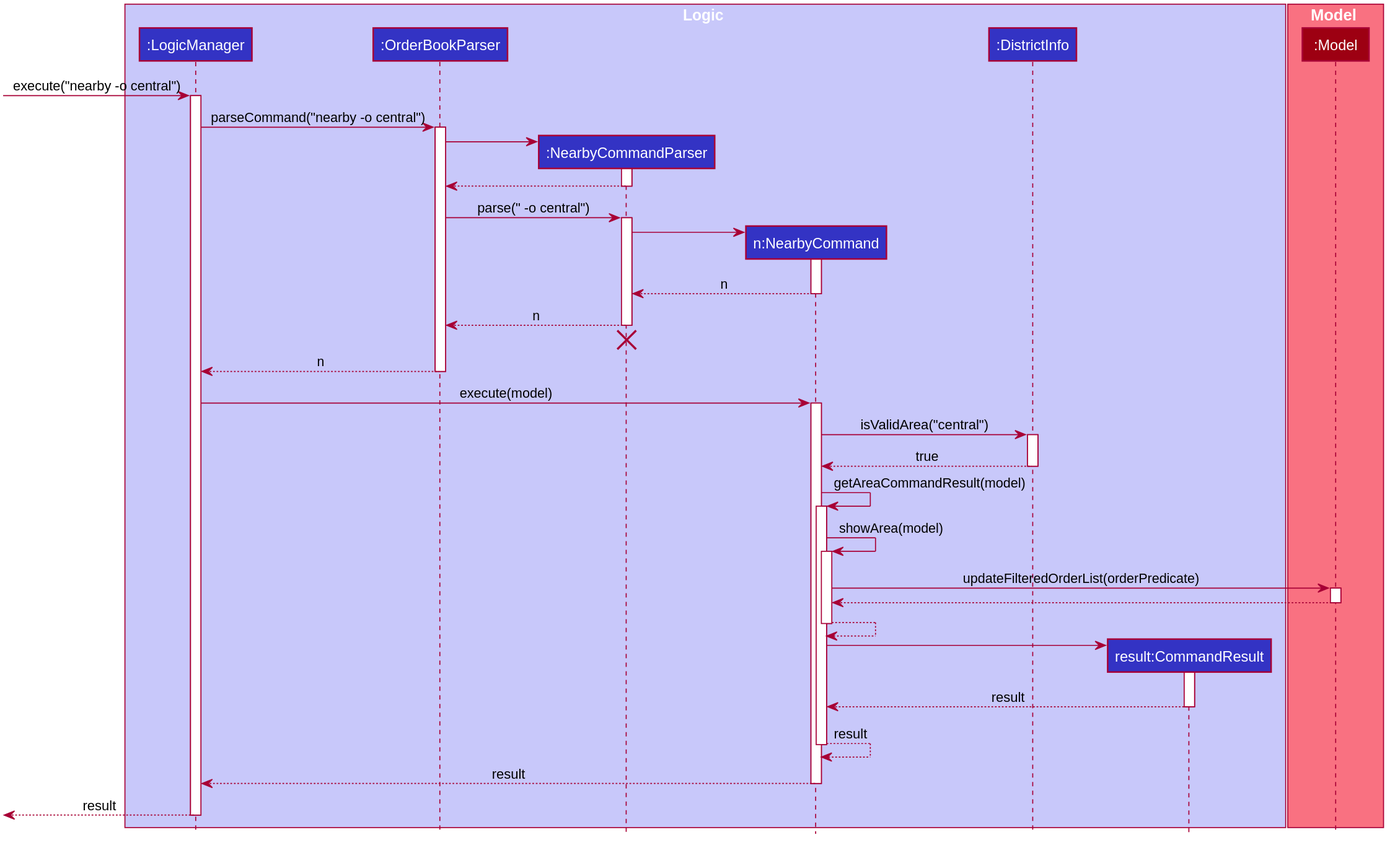
nus-cs2103-AY1920S2/addressbook-level3 keeps this PlantUML diagram as docs/images/NearbyCommandSequenceDiagram2.svg. Above is the earlier version.
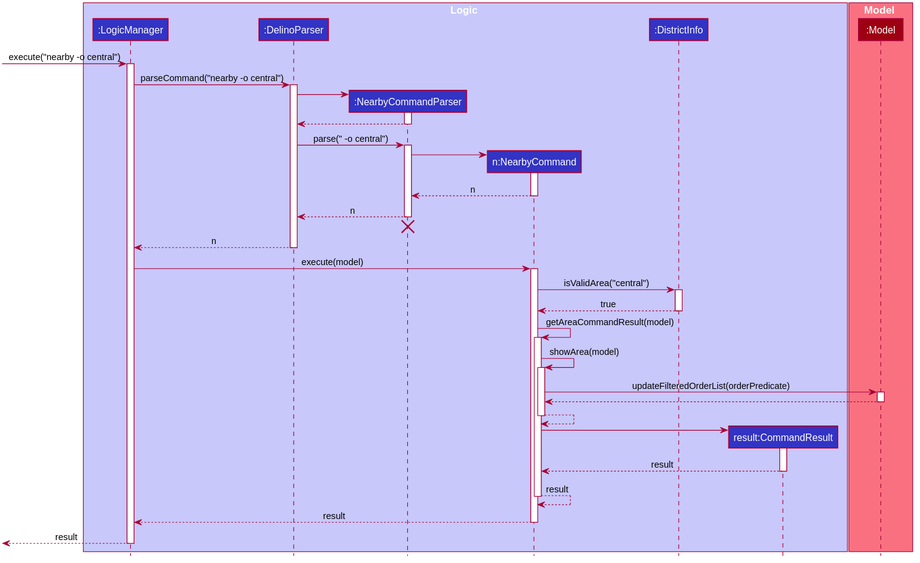
Later version of the same file.

Commit message:
Update Nearby Sequence Diagram to DelinoParser instead of OrderBookParser

What changed in the source:
```diff
@@ -1,11 +1,4 @@
 @startuml
-
-
-
-
-
-
-
 
 skinparam BackgroundColor #FFFFFFF
 
@@ -49,7 +42,7 @@
 hide circle
 box Logic #C8C8FA
 participant ":LogicManager" as LogicManager #3333C4
-participant ":OrderBookParser" as OrderBookParser #3333C4
+participant ":DelinoParser" as DelinoParser #3333C4
 participant ":NearbyCommandParser" as NearbyCommandParser #3333C4
 participant "n:NearbyCommand" as NearbyCommand #3333C4
 participant ":DistrictInfo" as DistrictInfo #3333C4
@@ -63,17 +56,17 @@
 [-> LogicManager : execute("nearby -o central")
 activate LogicManager
 
-LogicManager -> OrderBookParser : parseCommand("nearby -o central")
-activate OrderBookParser
+LogicManager -> DelinoParser : parseCommand("nearby -o central")
+activate DelinoParser
 
 create NearbyCommandParser
-OrderBookParser -> NearbyCommandParser
+DelinoParser -> NearbyCommandParser
 activate NearbyCommandParser
 
-NearbyCommandParser --> OrderBookParser
+NearbyCommandParser --> DelinoParser
 deactivate NearbyCommandParser
 
-OrderBookParser -> NearbyCommandParser : parse(" -o central")
+DelinoParser -> NearbyCommandParser : parse(" -o central")
 activate NearbyCommandParser
 
 create NearbyCommand
@@ -83,13 +76,13 @@
 NearbyCommand --> NearbyCommandParser : n
 deactivate NearbyCommand
 
-NearbyCommandParser --> OrderBookParser : n
+NearbyCommandParser --> DelinoParser : n
 deactivate NearbyCommandParser
-NearbyCommandParser -[hidden]-> OrderBookParser
+NearbyCommandParser -[hidden]-> DelinoParser
 destroy NearbyCommandParser
 
-OrderBookParser --> LogicManager : n
-deactivate OrderBookParser
+DelinoParser --> LogicManager : n
+deactivate DelinoParser
 
 LogicManager -> NearbyCommand : execute(model)
 activate NearbyCommand
```
